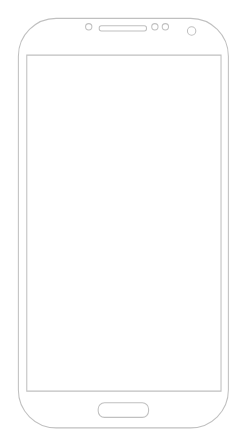
Earlier version of the draw.io diagram Untitled Diagram.drawio (mel-nick/RN-todo). Source tidied: cells renumbered, new cells numbered last; positions are measured from the earlier drawing's top-left corner, leaving out a move shared by most shapes. Both pictures are drawn from the tidied source at 105%, with x=0, y=0 at pixel (18, 18).
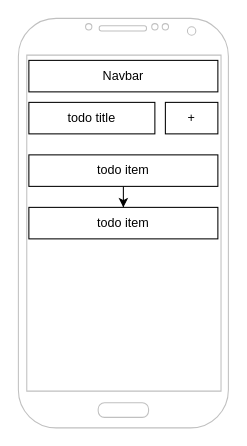
The same diagram, later.

The edit, as a diff of the source:
```diff
@@
 <mxGraphModel>
   <root>
     <mxCell id="0" />
     <mxCell id="1" parent="0" />
     <mxCell id="2" style="verticalLabelPosition=bottom;verticalAlign=top;html=1;shadow=0;dashed=0;strokeWidth=1;shape=mxgraph.android.phone2;strokeColor=#c0c0c0;" parent="1" vertex="1">
       <mxGeometry width="200" height="390" as="geometry" />
     </mxCell>
+    <mxCell id="3" value="Navbar" style="rounded=0;whiteSpace=wrap;html=1;" parent="1" vertex="1">
+      <mxGeometry x="10" y="40" width="180" height="30" as="geometry" />
+    </mxCell>
+    <mxCell id="4" value="todo title" style="rounded=0;whiteSpace=wrap;html=1;" parent="1" vertex="1">
+      <mxGeometry x="10" y="80" width="120" height="30" as="geometry" />
+    </mxCell>
+    <mxCell id="5" value="+" style="rounded=0;whiteSpace=wrap;html=1;" parent="1" vertex="1">
+      <mxGeometry x="140" y="80" width="50" height="30" as="geometry" />
+    </mxCell>
+    <mxCell id="6" style="edgeStyle=orthogonalEdgeStyle;rounded=0;jettySize=auto;html=1;" parent="1" edge="1" source="7" target="8">
+      <mxGeometry relative="1" as="geometry" />
+    </mxCell>
+    <mxCell id="7" value="todo item" style="rounded=0;whiteSpace=wrap;html=1;" parent="1" vertex="1">
+      <mxGeometry x="10" y="130" width="180" height="30" as="geometry" />
+    </mxCell>
+    <mxCell id="8" value="&lt;span&gt;todo item&lt;/span&gt;" style="rounded=0;whiteSpace=wrap;html=1;" parent="1" vertex="1">
+      <mxGeometry x="10" y="180" width="180" height="30" as="geometry" />
+    </mxCell>
   </root>
 </mxGraphModel>
```
